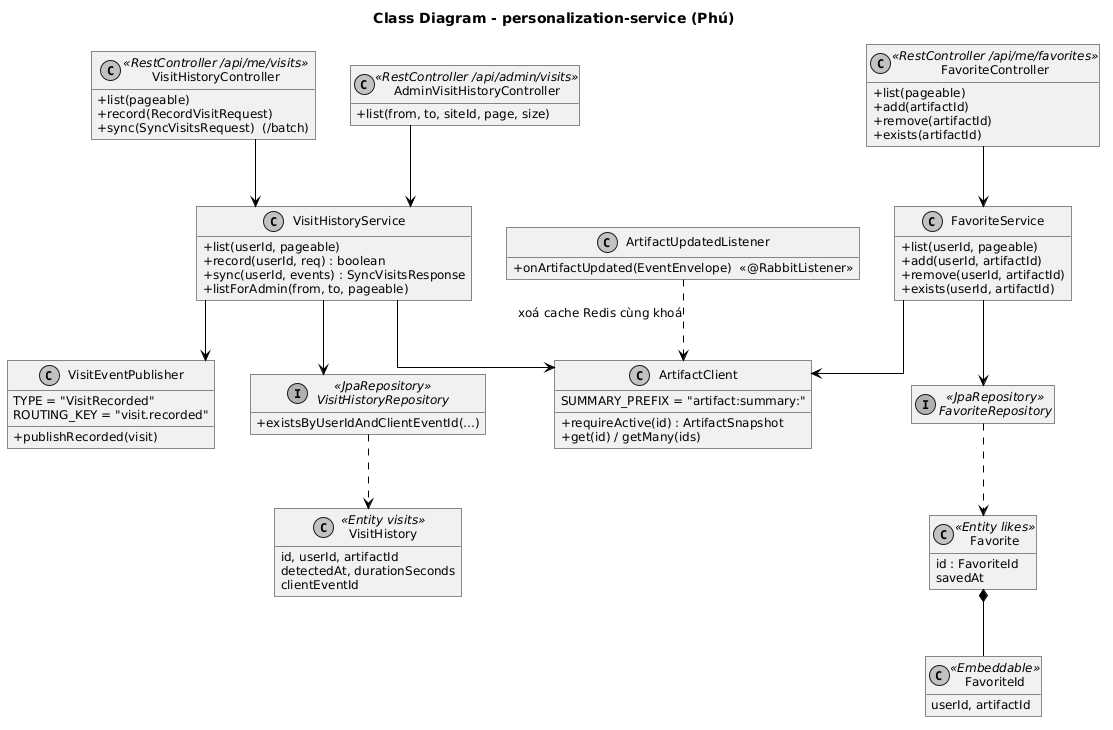
This is Diagram/personalization-service/class-personalization-service.png from Hoifbao/XDPMHDT, a PlantUML export, as it was before one commit.
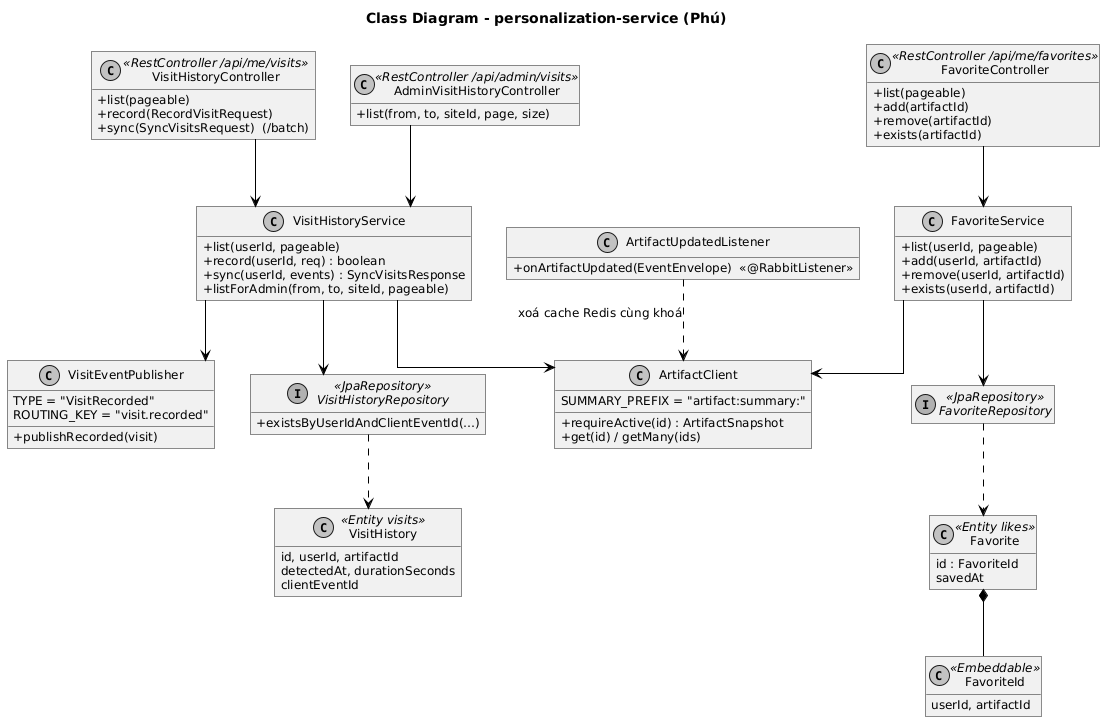
Later version of the same file.

Diff of the diagram source:
```diff
@@ -30,7 +30,7 @@
   + list(userId, pageable)
   + record(userId, req) : boolean
   + sync(userId, events) : SyncVisitsResponse
-  + listForAdmin(from, to, pageable)
+  + listForAdmin(from, to, siteId, pageable)
 }
 class FavoriteService {
   + list(userId, pageable)
```
